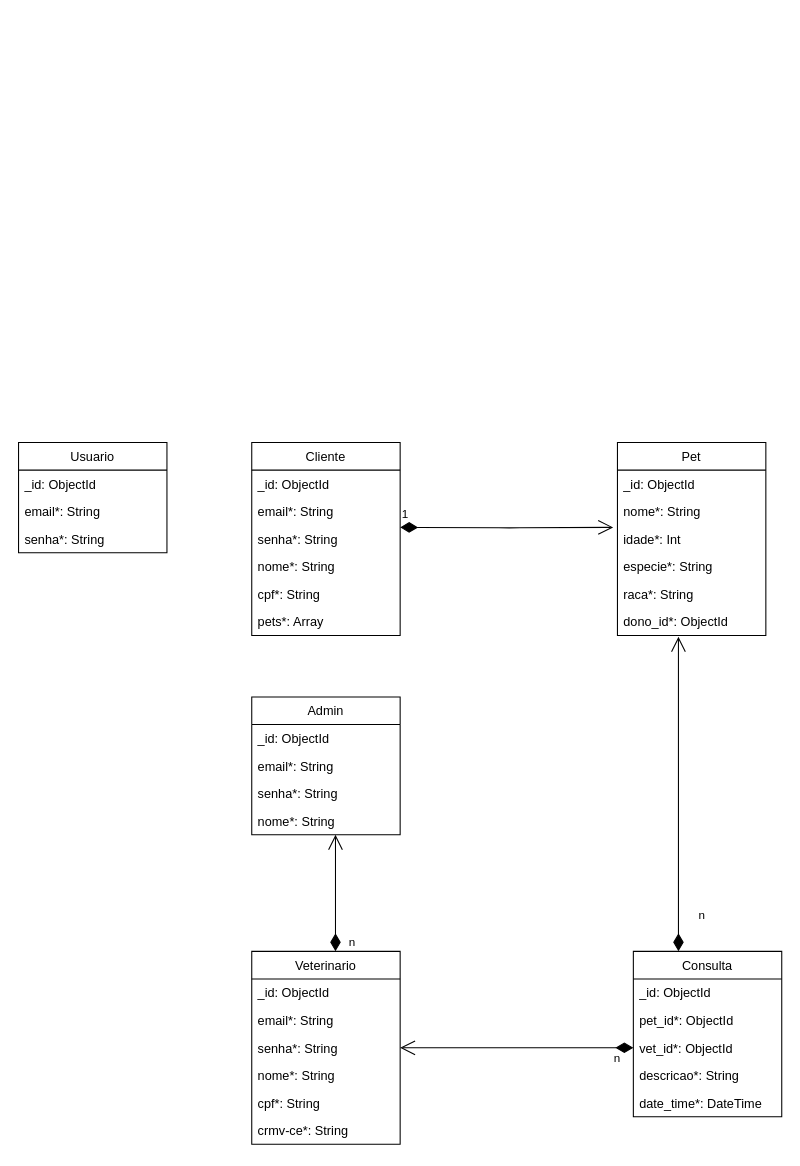
This is noam.drawio from FatecFranca/DSM-G03-PI3-2023-1, a draw.io file, before an edit. Source tidied: cells renumbered, new cells numbered last; positions are measured from the earlier drawing's top-left corner, leaving out a move shared by most shapes. Both pictures are drawn from the tidied source at 106%, with x=0, y=0 at pixel (18, 442).
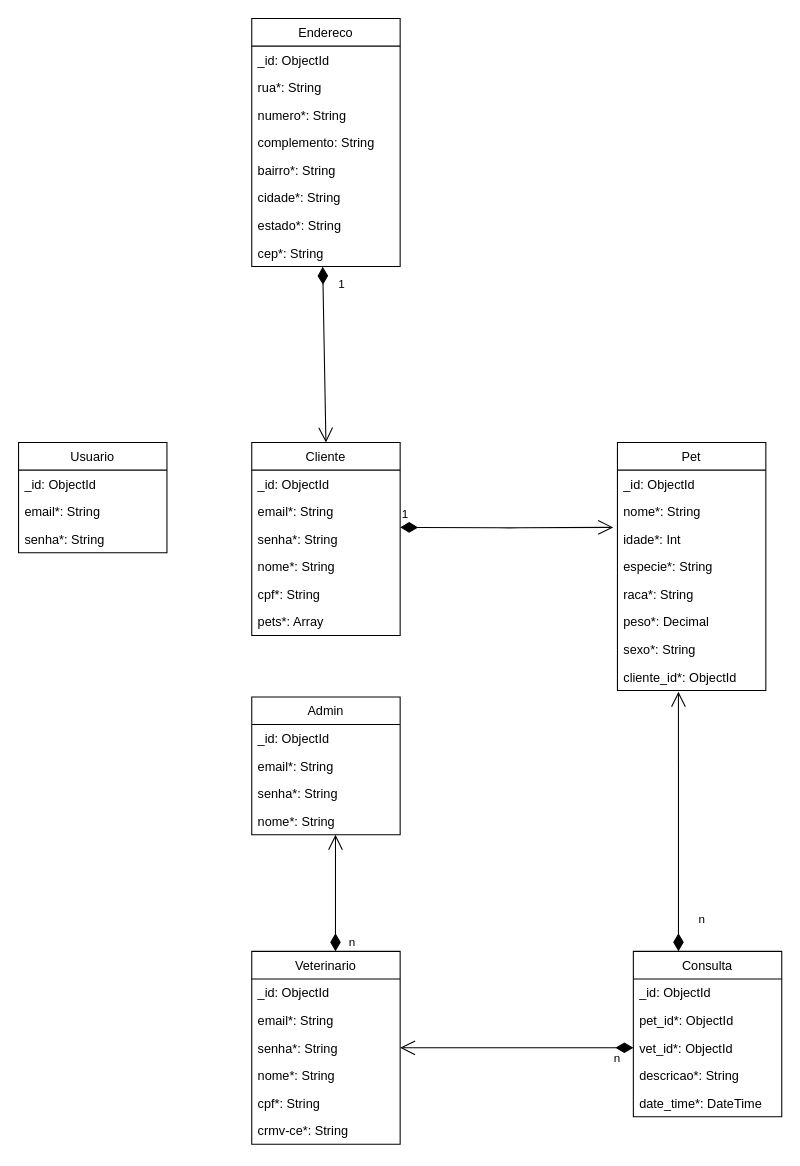
The same page after the edit.

The change refers to these unchanged cells:
```xml
<mxCell id="2" value="Cliente" style="swimlane;fontStyle=0;horizontal=1;startSize=26;fillColor=none;" parent="1" vertex="1">
  <mxGeometry x="220" width="140" height="182" as="geometry" />
</mxCell>
```

The edit, as a diff of the source:
```diff
@@
     <mxCell id="9" value="Pet" style="swimlane;fontStyle=0;horizontal=1;startSize=26;fillColor=none;" parent="1" vertex="1">
-      <mxGeometry x="565" width="140" height="182" as="geometry" />
+      <mxGeometry x="565" width="140" height="234" as="geometry" />
     </mxCell>
@@
+    <mxCell id="42" value="peso*: Decimal" style="text;strokeColor=none;fillColor=none;align=left;verticalAlign=top;spacingLeft=4;spacingRight=4;overflow=hidden;" parent="9" vertex="1">
+      <mxGeometry y="156" width="140" height="26" as="geometry" />
+    </mxCell>
+    <mxCell id="43" value="sexo*: String" style="text;strokeColor=none;fillColor=none;align=left;verticalAlign=top;spacingLeft=4;spacingRight=4;overflow=hidden;" parent="9" vertex="1">
+      <mxGeometry y="182" width="140" height="26" as="geometry" />
+    </mxCell>
-    <mxCell id="15" value="dono_id*: ObjectId" style="text;strokeColor=none;fillColor=none;align=left;verticalAlign=top;spacingLeft=4;spacingRight=4;overflow=hidden;points=[[0,0.5],[1,0.5]];portConstraint=eastwest;" parent="9" vertex="1">
-      <mxGeometry y="156" width="140" height="26" as="geometry" />
+    <mxCell id="15" value="cliente_id*: ObjectId" style="text;strokeColor=none;fillColor=none;align=left;verticalAlign=top;spacingLeft=4;spacingRight=4;overflow=hidden;points=[[0,0.5],[1,0.5]];portConstraint=eastwest;" parent="9" vertex="1">
+      <mxGeometry y="208" width="140" height="26" as="geometry" />
     </mxCell>
@@
+    <mxCell id="44" value="Endereco" style="swimlane;fontStyle=0;horizontal=1;startSize=26;fillColor=none;" parent="1" vertex="1">
+      <mxGeometry x="220" y="-400" width="140" height="234" as="geometry" />
+    </mxCell>
+    <mxCell id="45" value="_id: ObjectId" style="text;strokeColor=none;fillColor=none;align=left;verticalAlign=top;spacingLeft=4;spacingRight=4;overflow=hidden;" parent="44" vertex="1">
+      <mxGeometry y="26" width="140" height="26" as="geometry" />
+    </mxCell>
+    <mxCell id="46" value="rua*: String" style="text;strokeColor=none;fillColor=none;align=left;verticalAlign=top;spacingLeft=4;spacingRight=4;overflow=hidden;" parent="44" vertex="1">
+      <mxGeometry y="52" width="140" height="26" as="geometry" />
+    </mxCell>
+    <mxCell id="47" value="numero*: String" style="text;strokeColor=none;fillColor=none;align=left;verticalAlign=top;spacingLeft=4;spacingRight=4;overflow=hidden;" parent="44" vertex="1">
+      <mxGeometry y="78" width="140" height="26" as="geometry" />
+    </mxCell>
+    <mxCell id="48" value="complemento: String" style="text;strokeColor=none;fillColor=none;align=left;verticalAlign=top;spacingLeft=4;spacingRight=4;overflow=hidden;" parent="44" vertex="1">
+      <mxGeometry y="104" width="140" height="26" as="geometry" />
+    </mxCell>
+    <mxCell id="49" value="bairro*: String" style="text;strokeColor=none;fillColor=none;align=left;verticalAlign=top;spacingLeft=4;spacingRight=4;overflow=hidden;" parent="44" vertex="1">
+      <mxGeometry y="130" width="140" height="26" as="geometry" />
+    </mxCell>
+    <mxCell id="50" value="cidade*: String" style="text;strokeColor=none;fillColor=none;align=left;verticalAlign=top;spacingLeft=4;spacingRight=4;overflow=hidden;" parent="44" vertex="1">
+      <mxGeometry y="156" width="140" height="26" as="geometry" />
+    </mxCell>
+    <mxCell id="51" value="estado*: String" style="text;strokeColor=none;fillColor=none;align=left;verticalAlign=top;spacingLeft=4;spacingRight=4;overflow=hidden;" parent="44" vertex="1">
+      <mxGeometry y="182" width="140" height="26" as="geometry" />
+    </mxCell>
+    <mxCell id="52" value="cep*: String" style="text;strokeColor=none;fillColor=none;align=left;verticalAlign=top;spacingLeft=4;spacingRight=4;overflow=hidden;points=[[0,0.5],[1,0.5]];portConstraint=eastwest;" parent="44" vertex="1">
+      <mxGeometry y="208" width="140" height="26" as="geometry" />
+    </mxCell>
+    <mxCell id="53" value="1" style="endArrow=open;html=1;endSize=12;startArrow=diamondThin;startSize=14;startFill=1;align=left;verticalAlign=bottom;entryX=0.5;entryY=0;entryDx=0;entryDy=0;exitX=0.478;exitY=1.009;exitDx=0;exitDy=0;exitPerimeter=0;" parent="1" edge="1" source="52" target="2">
+      <mxGeometry x="-0.69" y="13" relative="1" as="geometry" />
+    </mxCell>
```
